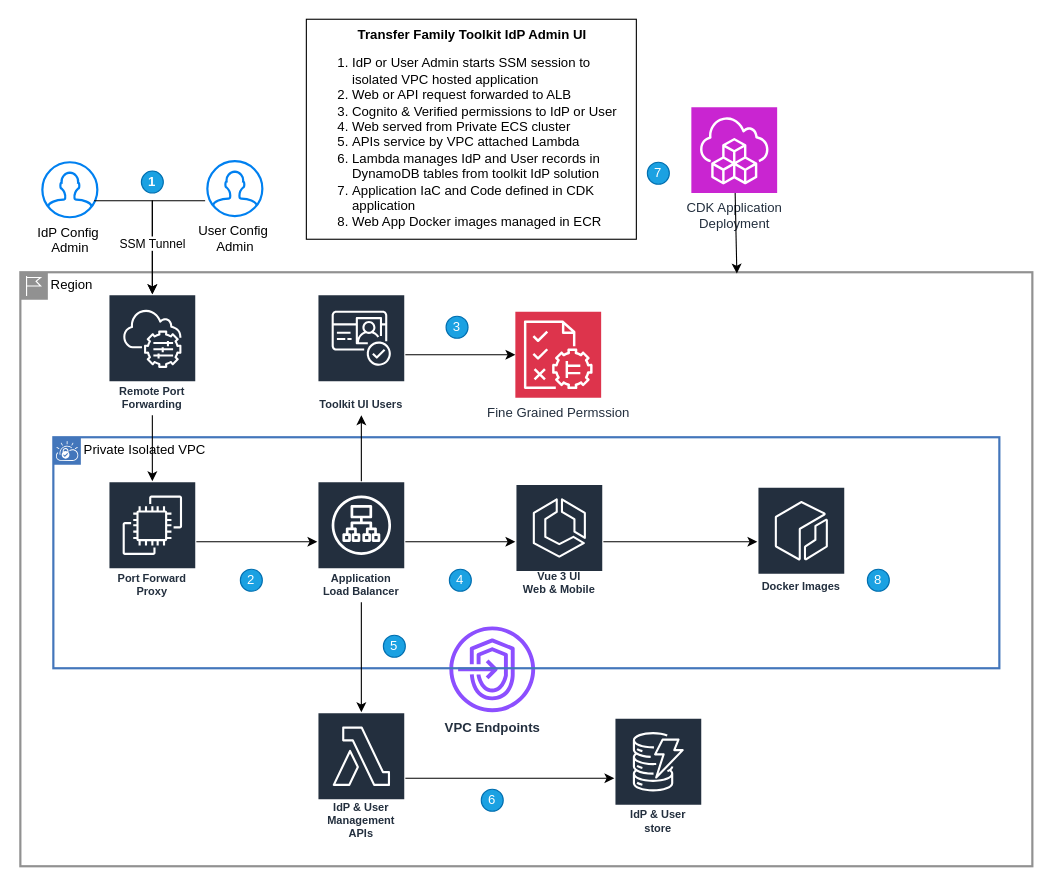
The draw.io diagram custom-idp-ui/src/assets/TransferFamilyToolkitUI.drawio in aws-samples/sample-transfer-family-custom-idp-ui, before the edit. Source tidied: cells renumbered, new cells numbered last; positions are measured from the earlier drawing's top-left corner, leaving out a move shared by most shapes. Both pictures are drawn from the tidied source at 110%, with x=0, y=0 at pixel (20, 19).
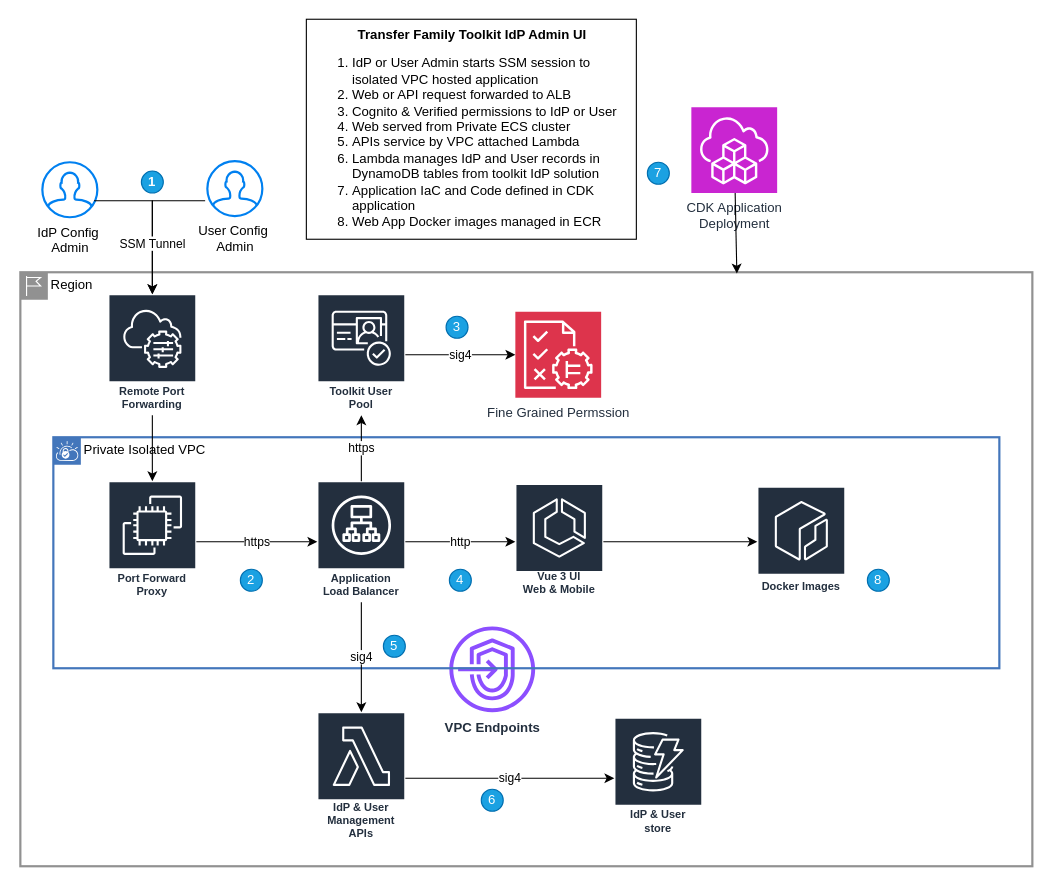
The same diagram, later.

The change refers to these unchanged cells:
```xml
<mxCell id="2" value="Region" style="shape=mxgraph.ibm.box;prType=region;fontStyle=0;verticalAlign=top;align=left;spacingLeft=32;spacingTop=4;fillColor=none;rounded=0;whiteSpace=wrap;html=1;strokeColor=#919191;strokeWidth=2;dashed=0;spacing=-4;" parent="1" vertex="1">
  <mxGeometry y="230" width="920" height="540" as="geometry" />
</mxCell>
<mxCell id="3" value="IdP &amp;amp; User Management APIs" style="sketch=0;outlineConnect=0;fontColor=#232F3E;gradientColor=none;strokeColor=#ffffff;fillColor=#232F3E;dashed=0;verticalLabelPosition=middle;verticalAlign=bottom;align=center;html=1;whiteSpace=wrap;fontSize=10;fontStyle=1;spacing=3;shape=mxgraph.aws4.productIcon;prIcon=mxgraph.aws4.lambda;" parent="2" vertex="1">
  <mxGeometry x="270" y="400" width="80" height="120" as="geometry" />
</mxCell>
<mxCell id="4" value="IdP &amp;amp; User store" style="sketch=0;outlineConnect=0;fontColor=#232F3E;gradientColor=none;strokeColor=#ffffff;fillColor=#232F3E;dashed=0;verticalLabelPosition=middle;verticalAlign=bottom;align=center;html=1;whiteSpace=wrap;fontSize=10;fontStyle=1;spacing=3;shape=mxgraph.aws4.productIcon;prIcon=mxgraph.aws4.dynamodb;" parent="2" vertex="1">
  <mxGeometry x="540" y="405" width="80" height="110" as="geometry" />
</mxCell>
<mxCell id="8" value="Fine Grained Permssion" style="sketch=0;points=[[0,0,0],[0.25,0,0],[0.5,0,0],[0.75,0,0],[1,0,0],[0,1,0],[0.25,1,0],[0.5,1,0],[0.75,1,0],[1,1,0],[0,0.25,0],[0,0.5,0],[0,0.75,0],[1,0.25,0],[1,0.5,0],[1,0.75,0]];outlineConnect=0;fontColor=#232F3E;fillColor=#DD344C;strokeColor=#ffffff;dashed=0;verticalLabelPosition=bottom;verticalAlign=top;align=center;html=1;fontSize=12;fontStyle=0;shape=mxgraph.aws4.resourceIcon;resIcon=mxgraph.aws4.verified_permissions;" parent="2" vertex="1">
  <mxGeometry x="450" y="36" width="78" height="78" as="geometry" />
</mxCell>
<mxCell id="13" value="Private Isolated VPC" style="shape=mxgraph.ibm.box;prType=vpc;fontStyle=0;verticalAlign=top;align=left;spacingLeft=32;spacingTop=4;fillColor=none;rounded=0;whiteSpace=wrap;html=1;strokeColor=#4376BB;strokeWidth=2;dashed=0;spacing=-4;" parent="1" vertex="1">
  <mxGeometry x="30" y="380" width="860" height="210" as="geometry" />
</mxCell>
<mxCell id="14" value="Port Forward Proxy" style="sketch=0;outlineConnect=0;fontColor=#232F3E;gradientColor=none;strokeColor=#ffffff;fillColor=#232F3E;dashed=0;verticalLabelPosition=middle;verticalAlign=bottom;align=center;html=1;whiteSpace=wrap;fontSize=10;fontStyle=1;spacing=3;shape=mxgraph.aws4.productIcon;prIcon=mxgraph.aws4.ec2;" parent="13" vertex="1">
  <mxGeometry x="50" y="40" width="80" height="110" as="geometry" />
</mxCell>
<mxCell id="15" value="Vue 3 UI&lt;br&gt;Web &amp;amp; Mobile" style="sketch=0;outlineConnect=0;fontColor=#232F3E;gradientColor=none;strokeColor=#ffffff;fillColor=#232F3E;dashed=0;verticalLabelPosition=middle;verticalAlign=bottom;align=center;html=1;whiteSpace=wrap;fontSize=10;fontStyle=1;spacing=3;shape=mxgraph.aws4.productIcon;prIcon=mxgraph.aws4.ecs;" parent="13" vertex="1">
  <mxGeometry x="420" y="42.5" width="80" height="105" as="geometry" />
</mxCell>
<mxCell id="16" value="Application Load Balancer" style="sketch=0;outlineConnect=0;fontColor=#232F3E;gradientColor=none;strokeColor=#ffffff;fillColor=#232F3E;dashed=0;verticalLabelPosition=middle;verticalAlign=bottom;align=center;html=1;whiteSpace=wrap;fontSize=10;fontStyle=1;spacing=3;shape=mxgraph.aws4.productIcon;prIcon=mxgraph.aws4.application_load_balancer;" parent="13" vertex="1">
  <mxGeometry x="240" y="40" width="80" height="110" as="geometry" />
</mxCell>
```

The edit, as a diff of the source:
```diff
@@
-    <mxCell id="5" style="endArrow=classic;html=1;rounded=0;" parent="2" edge="1" source="3" target="4">
+    <mxCell id="5" value="sig4" style="endArrow=classic;html=1;rounded=0;" parent="2" edge="1" source="3" target="4">
       <mxGeometry relative="1" as="geometry" />
     </mxCell>
@@
-    <mxCell id="7" value="Toolkit UI Users" style="sketch=0;outlineConnect=0;fontColor=#232F3E;gradientColor=none;strokeColor=#ffffff;fillColor=#232F3E;dashed=0;verticalLabelPosition=middle;verticalAlign=bottom;align=center;html=1;whiteSpace=wrap;fontSize=10;fontStyle=1;spacing=3;shape=mxgraph.aws4.productIcon;prIcon=mxgraph.aws4.cognito;" parent="2" vertex="1">
+    <mxCell id="7" value="Toolkit User Pool" style="sketch=0;outlineConnect=0;fontColor=#232F3E;gradientColor=none;strokeColor=#ffffff;fillColor=#232F3E;dashed=0;verticalLabelPosition=middle;verticalAlign=bottom;align=center;html=1;whiteSpace=wrap;fontSize=10;fontStyle=1;spacing=3;shape=mxgraph.aws4.productIcon;prIcon=mxgraph.aws4.cognito;" parent="2" vertex="1">
       <mxGeometry x="270" y="20" width="80" height="110" as="geometry" />
     </mxCell>
@@
-    <mxCell id="9" style="endArrow=classic;html=1;rounded=0;" parent="2" edge="1" source="7" target="8">
+    <mxCell id="9" value="sig4" style="endArrow=classic;html=1;rounded=0;" parent="2" edge="1" source="7" target="8">
       <mxGeometry relative="1" as="geometry" />
     </mxCell>
@@
-    <mxCell id="17" style="endArrow=classic;html=1;rounded=0;" parent="13" edge="1" source="14" target="16">
+    <mxCell id="17" value="https" style="endArrow=classic;html=1;rounded=0;" parent="13" edge="1" source="14" target="16">
       <mxGeometry relative="1" as="geometry" />
     </mxCell>
-    <mxCell id="18" style="endArrow=classic;html=1;rounded=0;" parent="13" edge="1" source="16" target="15">
+    <mxCell id="18" value="http" style="endArrow=classic;html=1;rounded=0;" parent="13" edge="1" source="16" target="15">
       <mxGeometry relative="1" as="geometry" />
     </mxCell>
@@
-    <mxCell id="25" style="endArrow=classic;html=1;rounded=0;" parent="1" edge="1" source="16" target="3">
+    <mxCell id="25" value="sig4" style="endArrow=classic;html=1;rounded=0;" parent="1" edge="1" source="16" target="3">
       <mxGeometry relative="1" as="geometry" />
     </mxCell>
@@
-    <mxCell id="34" style="endArrow=classic;html=1;rounded=0;" parent="1" edge="1" source="16" target="7">
+    <mxCell id="34" value="https" style="endArrow=classic;html=1;rounded=0;" parent="1" edge="1" source="16" target="7">
       <mxGeometry relative="1" as="geometry" />
     </mxCell>
```
